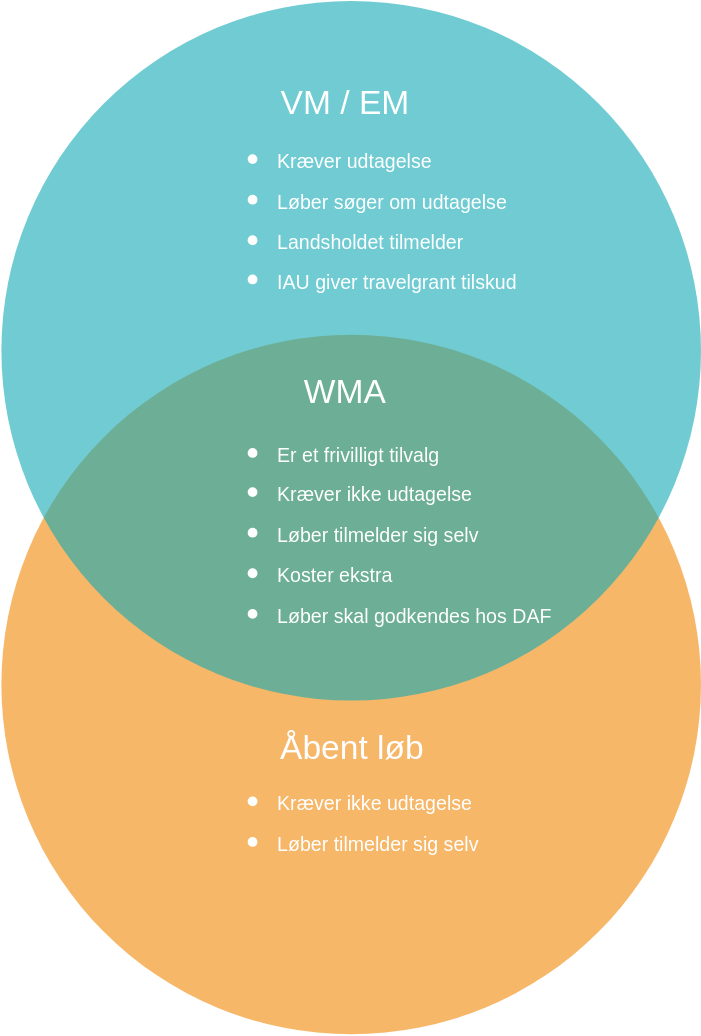
This is src/img/staevner/vm-wma-aabentlob.drawio.svg from ultralandsholdet/web, a draw.io export, as it was before one commit. Source tidied: cells renumbered, new cells last; positions are measured from the earlier drawing's top-left corner, leaving out a move shared by most shapes. Its diagram source:
```xml
<mxGraphModel>
  <root>
    <mxCell id="0" />
    <mxCell id="1" parent="0" />
    <mxCell id="2" style="ellipse;fillColor=#F08705;opacity=60;strokeColor=none;html=1;fontColor=#FFFFFF;" parent="1" vertex="1">
      <mxGeometry x="-0.5" y="238.5" width="500" height="500" as="geometry" />
    </mxCell>
    <mxCell id="3" style="ellipse;fillColor=#12AAB5;opacity=60;strokeColor=none;html=1;fontColor=#FFFFFF;" parent="1" vertex="1">
      <mxGeometry x="-0.5" width="500" height="500" as="geometry" />
    </mxCell>
    <mxCell id="4" value="Åbent løb" style="text;fontSize=24;align=center;verticalAlign=middle;html=1;fontColor=#FFFFFF;" parent="1" vertex="1">
      <mxGeometry x="154.5" y="499" width="190" height="70" as="geometry" />
    </mxCell>
    <mxCell id="5" value="&lt;ul&gt;&lt;li&gt;&lt;font style=&quot;font-size: 14px;&quot;&gt;Kræver udtagelse&lt;/font&gt;&lt;/li&gt;&lt;li&gt;&lt;font style=&quot;font-size: 14px;&quot;&gt;Løber søger om udtagelse&lt;/font&gt;&lt;/li&gt;&lt;li&gt;&lt;font style=&quot;font-size: 14px;&quot;&gt;Landsholdet tilmelder&lt;/font&gt;&lt;/li&gt;&lt;li&gt;&lt;font style=&quot;font-size: 14px;&quot;&gt;IAU giver travelgrant tilskud&lt;/font&gt;&lt;/li&gt;&lt;/ul&gt;" style="text;fontSize=24;align=left;verticalAlign=middle;html=1;fontColor=#FFFFFF;" parent="1" vertex="1">
      <mxGeometry x="154.5" y="120" width="190" height="70" as="geometry" />
    </mxCell>
    <mxCell id="6" value="&lt;ul&gt;&lt;li&gt;&lt;font style=&quot;font-size: 14px;&quot;&gt;Kræver ikke udtagelse&lt;/font&gt;&lt;/li&gt;&lt;li&gt;&lt;font style=&quot;font-size: 14px;&quot;&gt;Løber tilmelder sig selv&lt;/font&gt;&lt;/li&gt;&lt;/ul&gt;" style="text;fontSize=24;align=left;verticalAlign=middle;html=1;fontColor=#FFFFFF;" parent="1" vertex="1">
      <mxGeometry x="154.5" y="550" width="190" height="70" as="geometry" />
    </mxCell>
    <mxCell id="7" value="&lt;ul&gt;&lt;li&gt;&lt;font style=&quot;font-size: 14px;&quot;&gt;Er et frivilligt tilvalg&lt;/font&gt;&lt;/li&gt;&lt;li&gt;&lt;font style=&quot;font-size: 14px;&quot;&gt;Kræver ikke udtagelse&lt;/font&gt;&lt;/li&gt;&lt;li&gt;&lt;font style=&quot;font-size: 14px;&quot;&gt;Løber tilmelder sig selv&lt;/font&gt;&lt;/li&gt;&lt;li&gt;&lt;font style=&quot;font-size: 14px;&quot;&gt;Koster ekstra&lt;/font&gt;&lt;/li&gt;&lt;li&gt;&lt;font style=&quot;font-size: 14px;&quot;&gt;Løber skal godkendes hos DAF&lt;/font&gt;&lt;/li&gt;&lt;/ul&gt;" style="text;fontSize=24;align=left;verticalAlign=middle;html=1;fontColor=#FFFFFF;" parent="1" vertex="1">
      <mxGeometry x="154.5" y="344" width="190" height="70" as="geometry" />
    </mxCell>
    <mxCell id="8" value="&lt;a href=&quot;https://iau-ultramarathon.org/iau-championships/&quot;&gt;VM / EM&lt;/a&gt;" style="text;fontSize=24;align=center;verticalAlign=middle;html=1;fontColor=#FFFFFF;" parent="1" vertex="1">
      <mxGeometry x="150" y="38" width="190" height="70" as="geometry" />
    </mxCell>
    <mxCell id="9" value="&lt;a href=&quot;https://world-masters-athletics.org/championships/&quot;&gt;WMA&lt;/a&gt;" style="text;fontSize=24;align=center;verticalAlign=middle;html=1;fontColor=#FFFFFF;" parent="1" vertex="1">
      <mxGeometry x="150" y="245" width="190" height="70" as="geometry" />
    </mxCell>
  </root>
</mxGraphModel>
```
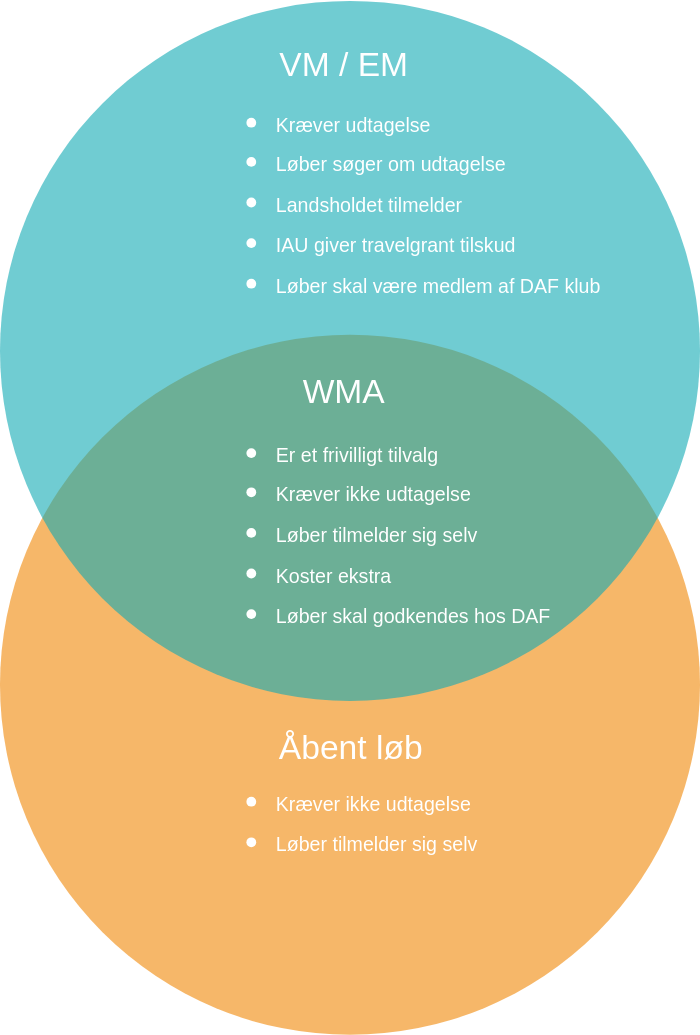
After the change.

Change to the diagram source:
```diff
@@ -11,8 +11,8 @@
     <mxCell id="4" value="Åbent løb" style="text;fontSize=24;align=center;verticalAlign=middle;html=1;fontColor=#FFFFFF;" parent="1" vertex="1">
       <mxGeometry x="154.5" y="499" width="190" height="70" as="geometry" />
     </mxCell>
-    <mxCell id="5" value="&lt;ul&gt;&lt;li&gt;&lt;font style=&quot;font-size: 14px;&quot;&gt;Kræver udtagelse&lt;/font&gt;&lt;/li&gt;&lt;li&gt;&lt;font style=&quot;font-size: 14px;&quot;&gt;Løber søger om udtagelse&lt;/font&gt;&lt;/li&gt;&lt;li&gt;&lt;font style=&quot;font-size: 14px;&quot;&gt;Landsholdet tilmelder&lt;/font&gt;&lt;/li&gt;&lt;li&gt;&lt;font style=&quot;font-size: 14px;&quot;&gt;IAU giver travelgrant tilskud&lt;/font&gt;&lt;/li&gt;&lt;/ul&gt;" style="text;fontSize=24;align=left;verticalAlign=middle;html=1;fontColor=#FFFFFF;" parent="1" vertex="1">
-      <mxGeometry x="154.5" y="120" width="190" height="70" as="geometry" />
+    <mxCell id="5" value="&lt;ul&gt;&lt;li&gt;&lt;font style=&quot;font-size: 14px;&quot;&gt;Kræver udtagelse&lt;/font&gt;&lt;/li&gt;&lt;li&gt;&lt;font style=&quot;font-size: 14px;&quot;&gt;Løber søger om udtagelse&lt;/font&gt;&lt;/li&gt;&lt;li&gt;&lt;font style=&quot;font-size: 14px;&quot;&gt;Landsholdet tilmelder&lt;/font&gt;&lt;/li&gt;&lt;li&gt;&lt;font style=&quot;font-size: 14px;&quot;&gt;IAU giver travelgrant tilskud&lt;/font&gt;&lt;/li&gt;&lt;li&gt;&lt;font style=&quot;font-size: 14px;&quot;&gt;Løber skal være medlem af DAF klub&lt;/font&gt;&lt;/li&gt;&lt;/ul&gt;" style="text;fontSize=24;align=left;verticalAlign=middle;html=1;fontColor=#FFFFFF;" parent="1" vertex="1">
+      <mxGeometry x="154.5" y="108" width="190" height="70" as="geometry" />
     </mxCell>
     <mxCell id="6" value="&lt;ul&gt;&lt;li&gt;&lt;font style=&quot;font-size: 14px;&quot;&gt;Kræver ikke udtagelse&lt;/font&gt;&lt;/li&gt;&lt;li&gt;&lt;font style=&quot;font-size: 14px;&quot;&gt;Løber tilmelder sig selv&lt;/font&gt;&lt;/li&gt;&lt;/ul&gt;" style="text;fontSize=24;align=left;verticalAlign=middle;html=1;fontColor=#FFFFFF;" parent="1" vertex="1">
       <mxGeometry x="154.5" y="550" width="190" height="70" as="geometry" />
@@ -21,7 +21,7 @@
       <mxGeometry x="154.5" y="344" width="190" height="70" as="geometry" />
     </mxCell>
     <mxCell id="8" value="&lt;a href=&quot;https://iau-ultramarathon.org/iau-championships/&quot;&gt;VM / EM&lt;/a&gt;" style="text;fontSize=24;align=center;verticalAlign=middle;html=1;fontColor=#FFFFFF;" parent="1" vertex="1">
-      <mxGeometry x="150" y="38" width="190" height="70" as="geometry" />
+      <mxGeometry x="150" y="11" width="190" height="70" as="geometry" />
     </mxCell>
     <mxCell id="9" value="&lt;a href=&quot;https://world-masters-athletics.org/championships/&quot;&gt;WMA&lt;/a&gt;" style="text;fontSize=24;align=center;verticalAlign=middle;html=1;fontColor=#FFFFFF;" parent="1" vertex="1">
       <mxGeometry x="150" y="245" width="190" height="70" as="geometry" />
```
